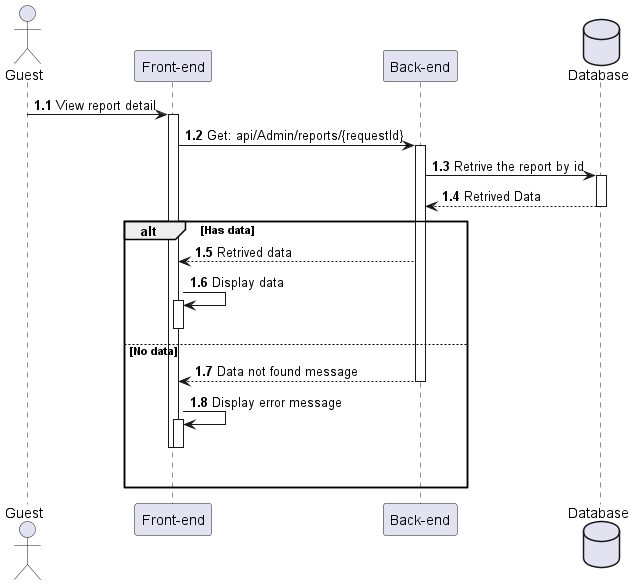
Above: out/Sequences_diagrams/ViewReportDetail/ViewReportDetail.png in HTPhong-276/iCoaching-Diagrams (PlantUML), before the change. Source of this version:
```plantuml
@startuml ViewReportDetail

actor Guest as user
participant "Front-end" as client
participant "Back-end" as server
database "Database" as db

autonumber 1.1 "<b>0:"

user -> client++ : View report detail
client -> server++ : Get: api/Admin/reports/{requestId}
server -> db++ : Retrive the report by id
db --> server : Retrived Data
deactivate

alt Has data
    server --> client : Retrived data
    client -> client++ : Display data
    deactivate

else No data
    server --> client : Data not found message
    deactivate
    client -> client++ : Display error message
    deactivate
    deactivate
    |||
end
@enduml
```
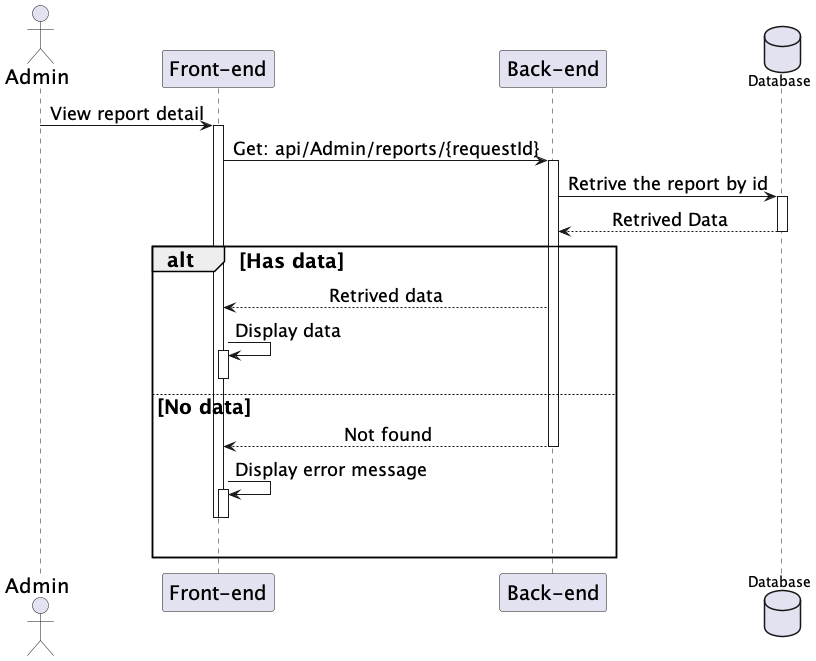
Above is the later version.

Diff of the diagram source:
```diff
@@ -1,11 +1,17 @@
 @startuml ViewReportDetail
-
-actor Guest as user
+skinparam sequenceMessageAlign center
+skinparam sequenceGroupFontSize 20
+skinparam sequenceGroupHeaderFontSize 20
+skinparam sequence {
+    ParticipantFontSize 20
+    ActorFontSize 20
+    DatabaseFontSize 20
+    ArrowFontSize 18
+}
+actor Admin as user
 participant "Front-end" as client
 participant "Back-end" as server
 database "Database" as db
-
-autonumber 1.1 "<b>0:"
 
 user -> client++ : View report detail
 client -> server++ : Get: api/Admin/reports/{requestId}
@@ -19,7 +25,7 @@
     deactivate
 
 else No data
-    server --> client : Data not found message
+    server --> client : Not found
     deactivate
     client -> client++ : Display error message
     deactivate
```
